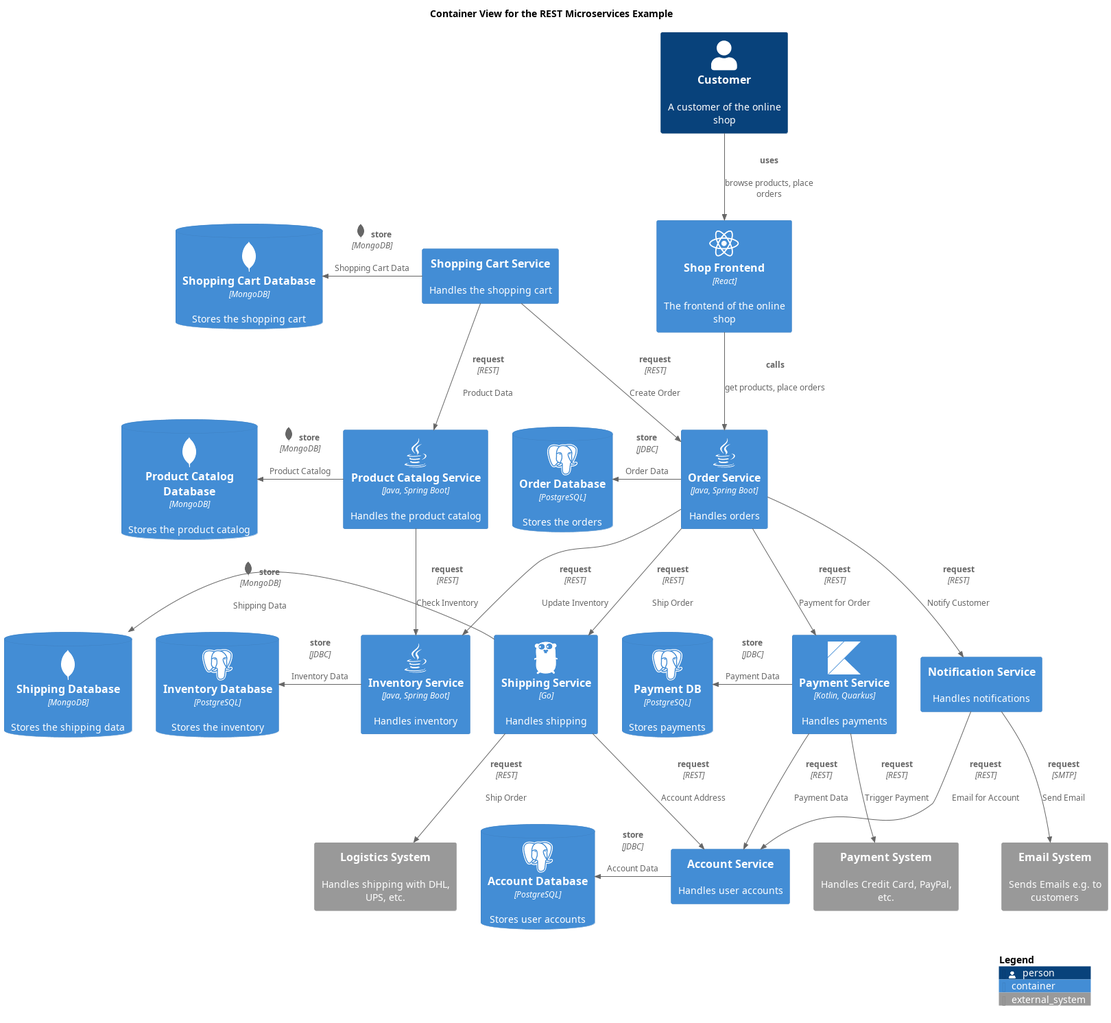
Earlier version of the PlantUML export docs/software-development/architecture/example/microservices/rest-container-view.png (lsolbach/overarch-models).
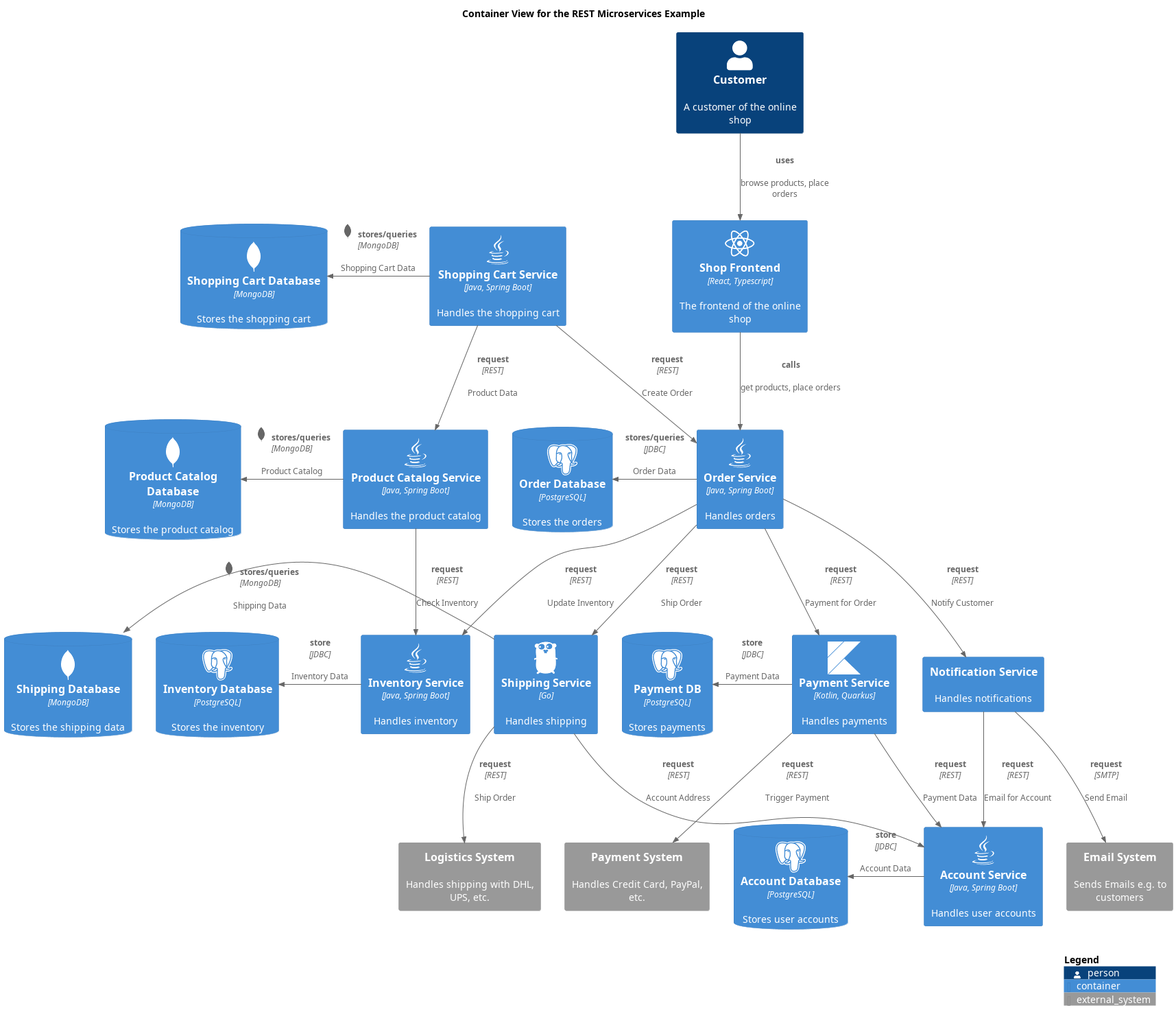
The same diagram one commit later.

Diff of the diagram source:
```diff
@@ -9,6 +9,7 @@
 !include <tupadr3/font-awesome-5/java>
 !include <tupadr3/devicons2/postgresql>
 !include <tupadr3/font-awesome-5/react>
+!include <tupadr3/devicons2/typescript>
 !include <tupadr3/devicons2/go>
 !include <tupadr3/devicons2/kotlin>
 
@@ -25,10 +26,9 @@
 System_Ext(softwareDevelopment_architecture_example_microservices_paymentSystem, "Payment System", $descr="Handles Credit Card, PayPal, etc.")
 Container(softwareDevelopment_architecture_example_microservices_inventoryService, "Inventory Service", $descr="Handles inventory", $techn="Java, Spring Boot", $sprite="java")
 ContainerDb(softwareDevelopment_architecture_example_microservices_accountDb, "Account Database", $descr="Stores user accounts", $techn="PostgreSQL", $sprite="postgresql")
-Container(softwareDevelopment_architecture_example_microservices_shoppingCartService, "Shopping Cart Service", $descr="Handles the shopping cart")
-Container(softwareDevelopment_architecture_example_microservices_shopFrontend, "Shop Frontend", $descr="The frontend of the online shop", $techn="React", $sprite="react")
-Container(softwareDevelopment_architecture_example_microservices_accountService, "Account Service", $descr="Handles user accounts")
+Container(softwareDevelopment_architecture_example_microservices_shopFrontend, "Shop Frontend", $descr="The frontend of the online shop", $techn="React, Typescript", $sprite="react")
 ContainerDb(softwareDevelopment_architecture_example_microservices_inventoryDb, "Inventory Database", $descr="Stores the inventory", $techn="PostgreSQL", $sprite="postgresql")
+Container(softwareDevelopment_architecture_example_microservices_shoppingCartService, "Shopping Cart Service", $descr="Handles the shopping cart", $techn="Java, Spring Boot", $sprite="java")
 ContainerDb(softwareDevelopment_architecture_example_microservices_shoppingCartDb, "Shopping Cart Database", $descr="Stores the shopping cart", $techn="MongoDB", $sprite="mongodb")
 Container(softwareDevelopment_architecture_example_microservices_shippingService, "Shipping Service", $descr="Handles shipping", $techn="Go", $sprite="go")
 ContainerDb(softwareDevelopment_architecture_example_microservices_paymentDb, "Payment DB", $descr="Stores payments", $techn="PostgreSQL", $sprite="postgresql")
@@ -39,25 +39,26 @@
 Person(softwareDevelopment_architecture_example_microservices_customer, "Customer", $descr="A customer of the online shop")
 System_Ext(softwareDevelopment_architecture_example_microservices_emailSystem, "Email System", $descr="Sends Emails e.g. to customers")
 Container(softwareDevelopment_architecture_example_microservices_productCatalogService, "Product Catalog Service", $descr="Handles the product catalog", $techn="Java, Spring Boot", $sprite="java")
+Container(softwareDevelopment_architecture_example_microservices_accountService, "Account Service", $descr="Handles user accounts", $techn="Java, Spring Boot", $sprite="java")
 Rel(softwareDevelopment_architecture_example_microservices_notificationService, softwareDevelopment_architecture_example_microservices_accountService, "request", $descr="Email for Account", $techn="REST")
+Rel_L(softwareDevelopment_architecture_example_microservices_orderService, softwareDevelopment_architecture_example_microservices_orderDb, "stores/queries", $descr="Order Data", $techn="JDBC")
 Rel(softwareDevelopment_architecture_example_microservices_notificationService, softwareDevelopment_architecture_example_microservices_emailSystem, "request", $descr="Send Email", $techn="SMTP")
 Rel(softwareDevelopment_architecture_example_microservices_shopFrontend, softwareDevelopment_architecture_example_microservices_orderService, "calls", $descr="get products, place orders")
-Rel_L(softwareDevelopment_architecture_example_microservices_shoppingCartService, softwareDevelopment_architecture_example_microservices_shoppingCartDb, "store", $descr="Shopping Cart Data", $techn="MongoDB", $sprite="mongodb,scale=0.5")
 Rel_L(softwareDevelopment_architecture_example_microservices_inventoryService, softwareDevelopment_architecture_example_microservices_inventoryDb, "store", $descr="Inventory Data", $techn="JDBC")
 Rel(softwareDevelopment_architecture_example_microservices_shoppingCartService, softwareDevelopment_architecture_example_microservices_productCatalogService, "request", $descr="Product Data", $techn="REST")
 Rel(softwareDevelopment_architecture_example_microservices_orderService, softwareDevelopment_architecture_example_microservices_shippingService, "request", $descr="Ship Order", $techn="REST")
 Rel(softwareDevelopment_architecture_example_microservices_orderService, softwareDevelopment_architecture_example_microservices_notificationService, "request", $descr="Notify Customer", $techn="REST")
-Rel_L(softwareDevelopment_architecture_example_microservices_productCatalogService, softwareDevelopment_architecture_example_microservices_productCatalogDb, "store", $descr="Product Catalog", $techn="MongoDB", $sprite="mongodb,scale=0.5")
 Rel(softwareDevelopment_architecture_example_microservices_shoppingCartService, softwareDevelopment_architecture_example_microservices_orderService, "request", $descr="Create Order", $techn="REST")
-Rel_L(softwareDevelopment_architecture_example_microservices_shippingService, softwareDevelopment_architecture_example_microservices_shippingDb, "store", $descr="Shipping Data", $techn="MongoDB", $sprite="mongodb,scale=0.5")
+Rel_L(softwareDevelopment_architecture_example_microservices_productCatalogService, softwareDevelopment_architecture_example_microservices_productCatalogDb, "stores/queries", $descr="Product Catalog", $techn="MongoDB", $sprite="mongodb,scale=0.5")
+Rel_L(softwareDevelopment_architecture_example_microservices_shippingService, softwareDevelopment_architecture_example_microservices_shippingDb, "stores/queries", $descr="Shipping Data", $techn="MongoDB", $sprite="mongodb,scale=0.5")
 Rel_L(softwareDevelopment_architecture_example_microservices_paymentService, softwareDevelopment_architecture_example_microservices_paymentDb, "store", $descr="Payment Data", $techn="JDBC")
 Rel(softwareDevelopment_architecture_example_microservices_productCatalogService, softwareDevelopment_architecture_example_microservices_inventoryService, "request", $descr="Check Inventory", $techn="REST")
 Rel(softwareDevelopment_architecture_example_microservices_paymentService, softwareDevelopment_architecture_example_microservices_accountService, "request", $descr="Payment Data", $techn="REST")
 Rel(softwareDevelopment_architecture_example_microservices_shippingService, softwareDevelopment_architecture_example_microservices_logisticsSystem, "request", $descr="Ship Order", $techn="REST")
 Rel_L(softwareDevelopment_architecture_example_microservices_accountService, softwareDevelopment_architecture_example_microservices_accountDb, "store", $descr="Account Data", $techn="JDBC")
 Rel(softwareDevelopment_architecture_example_microservices_shippingService, softwareDevelopment_architecture_example_microservices_accountService, "request", $descr="Account Address", $techn="REST")
+Rel_L(softwareDevelopment_architecture_example_microservices_shoppingCartService, softwareDevelopment_architecture_example_microservices_shoppingCartDb, "stores/queries", $descr="Shopping Cart Data", $techn="MongoDB", $sprite="mongodb,scale=0.5")
 Rel(softwareDevelopment_architecture_example_microservices_customer, softwareDevelopment_architecture_example_microservices_shopFrontend, "uses", $descr="browse products, place orders")
-Rel_L(softwareDevelopment_architecture_example_microservices_orderService, softwareDevelopment_architecture_example_microservices_orderDb, "store", $descr="Order Data", $techn="JDBC")
 Rel(softwareDevelopment_architecture_example_microservices_paymentService, softwareDevelopment_architecture_example_microservices_paymentSystem, "request", $descr="Trigger Payment", $techn="REST")
 Rel(softwareDevelopment_architecture_example_microservices_orderService, softwareDevelopment_architecture_example_microservices_inventoryService, "request", $descr="Update Inventory", $techn="REST")
 Rel(softwareDevelopment_architecture_example_microservices_orderService, softwareDevelopment_architecture_example_microservices_paymentService, "request", $descr="Payment for Order", $techn="REST")
```
